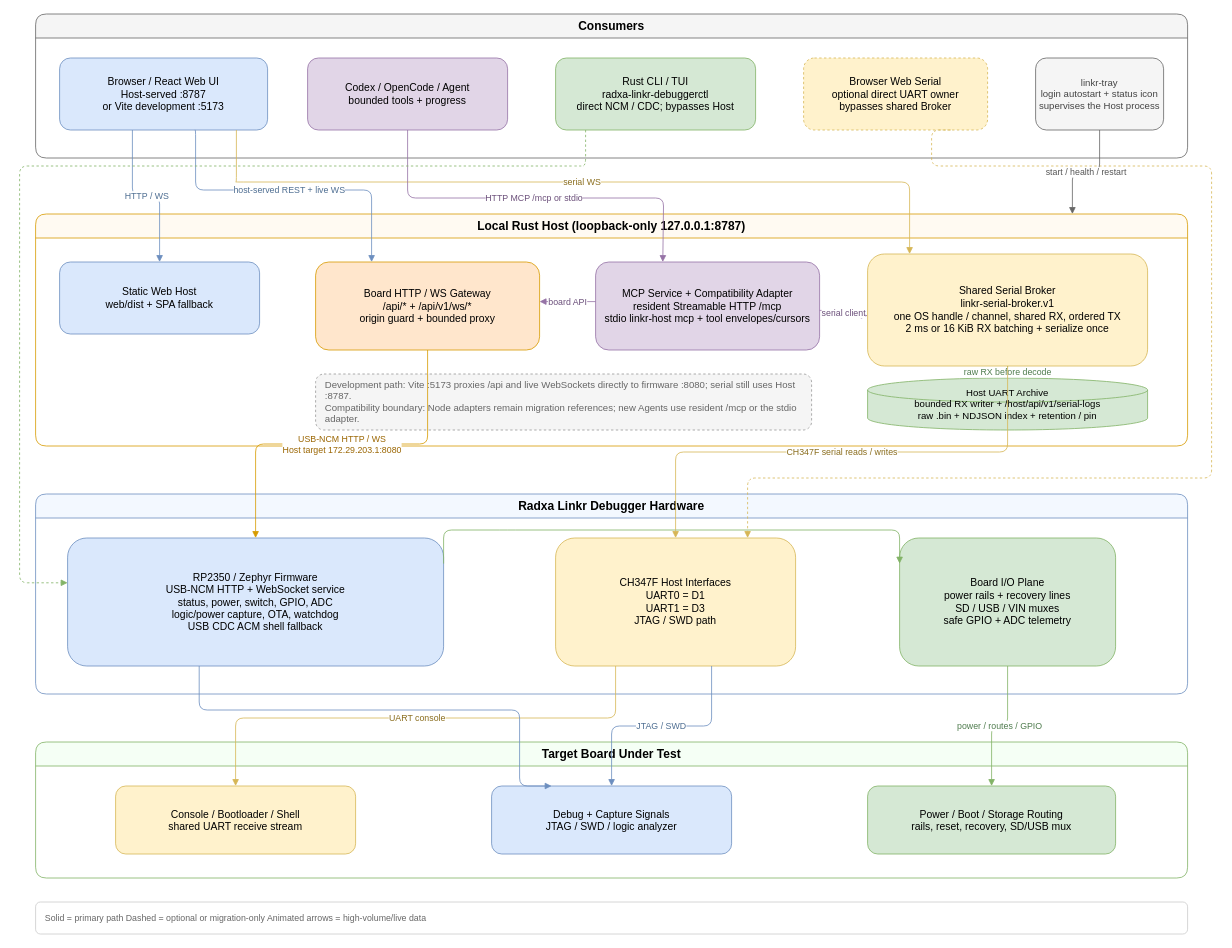
xzl01/agent-debugboard keeps this draw.io diagram as doc/current-system-architecture.drawio. Above is the earlier version. Source tidied: cells renumbered, new cells numbered last; positions are measured from the earlier drawing's top-left corner, leaving out a move shared by most shapes. Both pictures are drawn from the tidied source at 80%, with x=0, y=0 at pixel (19, 14).
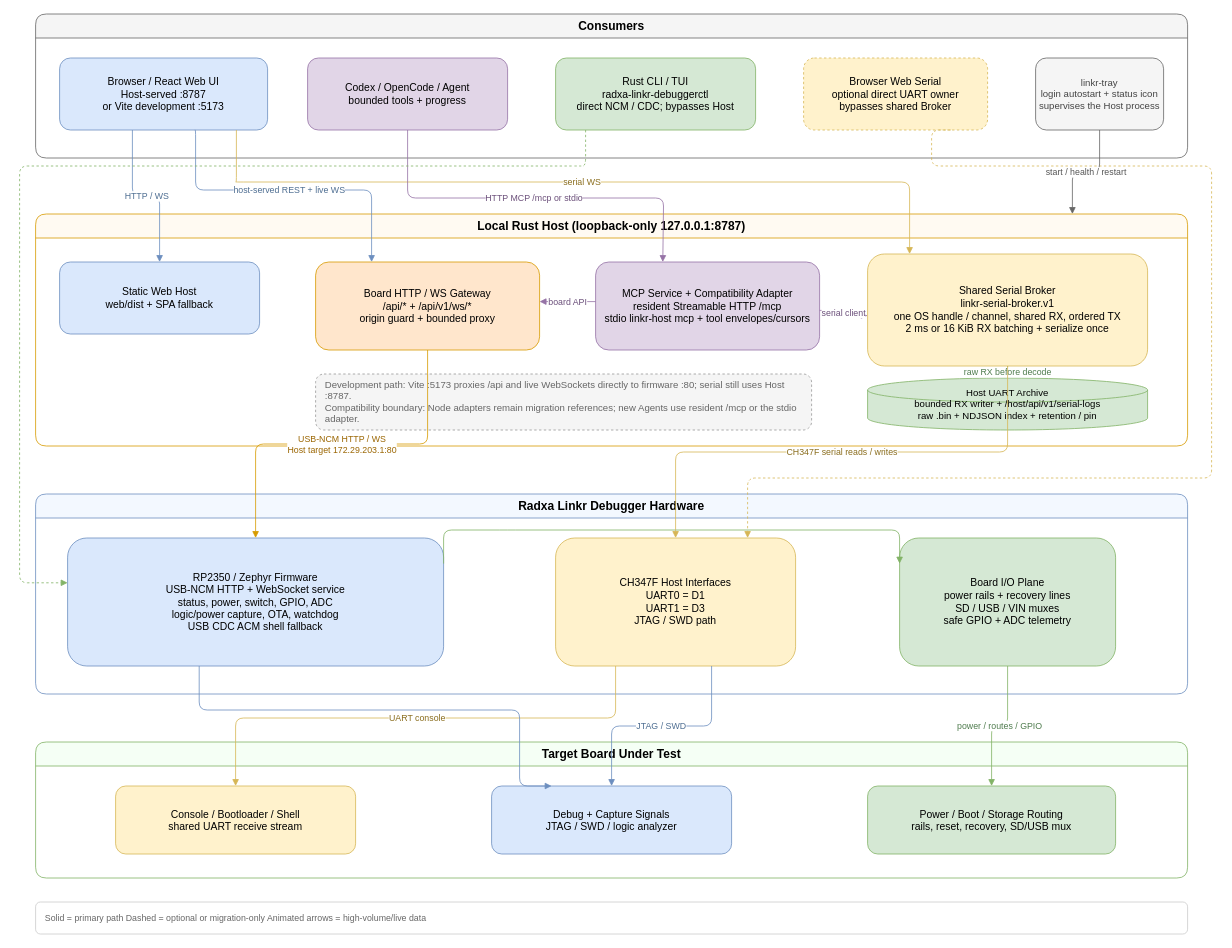
After the change.

Commit message (it also covers changes not shown here):
fix(host): use firmware HTTP port 80

Unchanged cells that the change refers to:
```xml
<mxCell id="8" value="Local Rust Host (loopback-only 127.0.0.1:8787)" style="swimlane;startSize=30;rounded=1;whiteSpace=wrap;html=1;fillColor=#fffaf2;strokeColor=#d79b00;fontStyle=1;fontSize=15;" parent="1" vertex="1">
  <mxGeometry x="20" y="250" width="1440" height="290" as="geometry" />
</mxCell>
<mxCell id="10" value="Board HTTP / WS Gateway&#10;/api/* + /api/v1/ws/*&#10;origin guard + bounded proxy" style="rounded=1;whiteSpace=wrap;html=1;fillColor=#ffe6cc;strokeColor=#d79b00;fontSize=13;" parent="8" vertex="1">
  <mxGeometry x="350" y="60" width="280" height="110" as="geometry" />
</mxCell>
<mxCell id="16" value="RP2350 / Zephyr Firmware&#10;USB-NCM HTTP + WebSocket service&#10;status, power, switch, GPIO, ADC&#10;logic/power capture, OTA, watchdog&#10;USB CDC ACM shell fallback" style="rounded=1;whiteSpace=wrap;html=1;fillColor=#dae8fc;strokeColor=#6c8ebf;fontSize=13;" parent="15" vertex="1">
  <mxGeometry x="40" y="55" width="470" height="160" as="geometry" />
</mxCell>
```

What changed in the source:
```diff
@@
-    <mxCell id="13" value="Development path: Vite :5173 proxies /api and live WebSockets directly to firmware :8080; serial still uses Host :8787.&#10;Compatibility boundary: Node adapters remain migration references; new Agents use resident /mcp or the stdio adapter." style="rounded=1;whiteSpace=wrap;html=1;dashed=1;fillColor=#f5f5f5;strokeColor=#999999;fontColor=#666666;fontSize=12;align=left;spacingLeft=10;" parent="8" vertex="1">
+    <mxCell id="13" value="Development path: Vite :5173 proxies /api and live WebSockets directly to firmware :80; serial still uses Host :8787.&#10;Compatibility boundary: Node adapters remain migration references; new Agents use resident /mcp or the stdio adapter." style="rounded=1;whiteSpace=wrap;html=1;dashed=1;fillColor=#f5f5f5;strokeColor=#999999;fontColor=#666666;fontSize=12;align=left;spacingLeft=10;" parent="8" vertex="1">
       <mxGeometry x="350" y="200" width="620" height="70" as="geometry" />
     </mxCell>
@@
-    <mxCell id="29" value="USB-NCM HTTP / WS&#10;Host target 172.29.203.1:8080" style="edgeStyle=orthogonalEdgeStyle;rounded=1;jettySize=auto;html=1;endArrow=block;strokeColor=#d79b00;fontColor=#9a6500;flowAnimation=1;exitX=0.5;exitY=1;entryX=0.5;entryY=0;" parent="1" edge="1" source="10" target="16">
+    <mxCell id="29" value="USB-NCM HTTP / WS&#10;Host target 172.29.203.1:80" style="edgeStyle=orthogonalEdgeStyle;rounded=1;jettySize=auto;html=1;endArrow=block;strokeColor=#d79b00;fontColor=#9a6500;flowAnimation=1;exitX=0.5;exitY=1;entryX=0.5;entryY=0;" parent="1" edge="1" source="10" target="16">
       <mxGeometry relative="1" as="geometry" />
     </mxCell>
```
